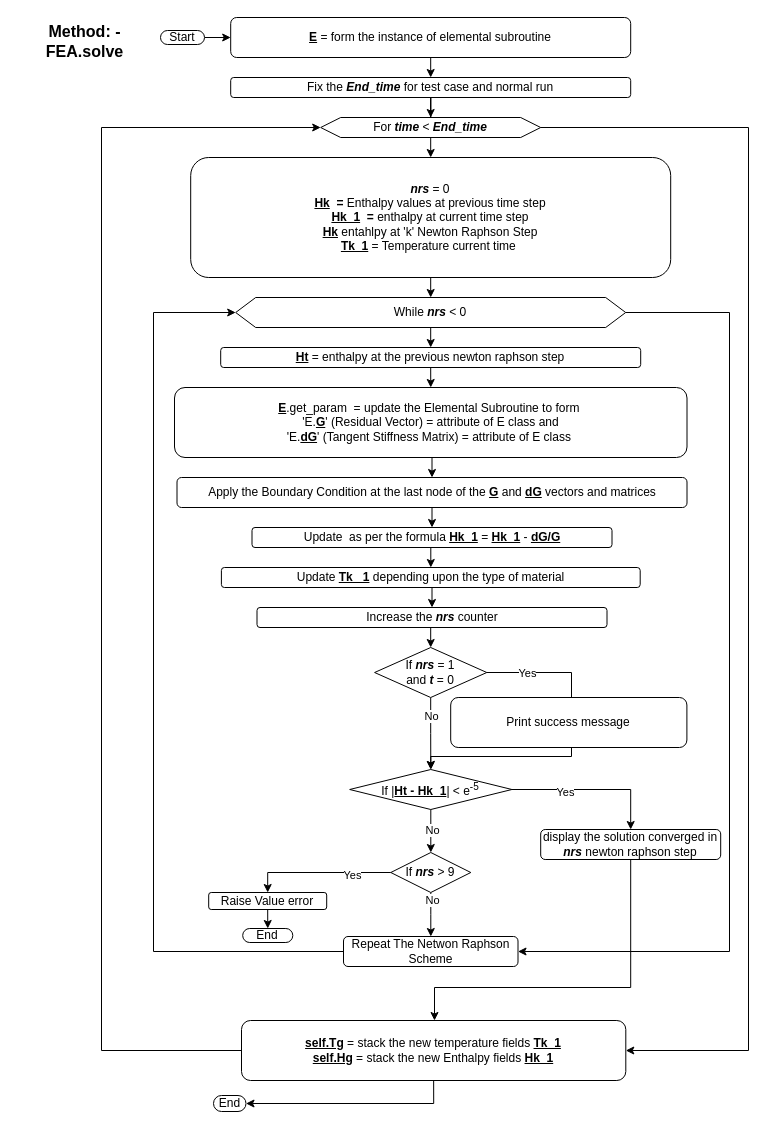
The draw.io diagram Untitled Diagram.drawio in okolekar/PPP, before the edit. Source tidied: cells renumbered, new cells numbered last; positions are measured from the earlier drawing's top-left corner, leaving out a move shared by most shapes. Both pictures are drawn from the tidied source at 100%, with x=0, y=0 at pixel (17, 17).
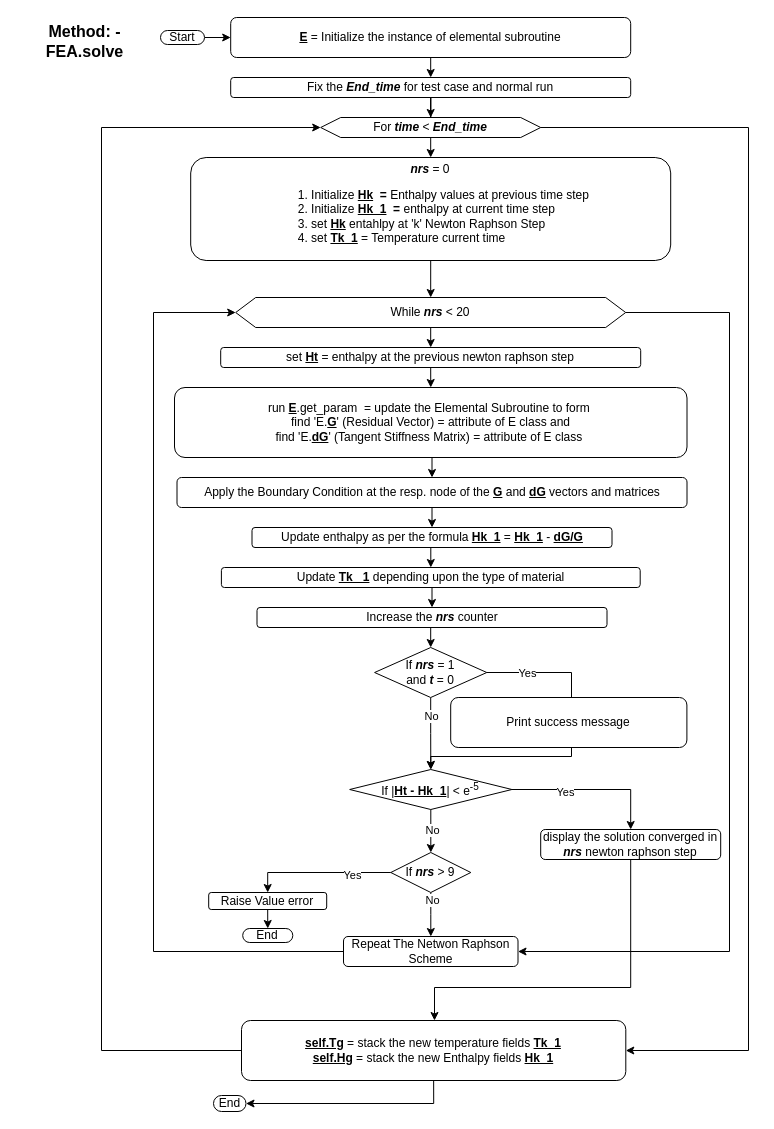
After the change.

What changed in the source:
```diff
@@
-    <mxCell id="6" value="&lt;b&gt;&lt;u&gt;E&lt;/u&gt;&lt;/b&gt; = form the instance of elemental subroutine" style="rounded=1;whiteSpace=wrap;html=1;" parent="1" vertex="1">
+    <mxCell id="6" value="&lt;b&gt;&lt;u&gt;E&lt;/u&gt;&lt;/b&gt; = Initialize the instance of elemental subroutine" style="rounded=1;whiteSpace=wrap;html=1;" parent="1" vertex="1">
       <mxGeometry x="213.2" width="400" height="40" as="geometry" />
     </mxCell>
@@
-    <mxCell id="13" value="&lt;div style=&quot;&quot;&gt;&lt;span style=&quot;background-color: initial;&quot;&gt;&lt;b&gt;&lt;i&gt;nrs&lt;/i&gt;&lt;/b&gt; = 0&lt;/span&gt;&lt;br&gt;&lt;span style=&quot;background-color: initial;&quot;&gt;&lt;b&gt;&lt;u&gt;Hk&lt;/u&gt;&amp;nbsp; =&amp;nbsp;&lt;/b&gt;Enthalpy values at previous time step&lt;/span&gt;&lt;br&gt;&lt;span style=&quot;background-color: initial;&quot;&gt;&lt;b style=&quot;&quot;&gt;&lt;u&gt;Hk_1&lt;/u&gt;&amp;nbsp; =&amp;nbsp;&lt;/b&gt;enthalpy at current time step&lt;/span&gt;&lt;/div&gt;&lt;div style=&quot;&quot;&gt;&lt;span style=&quot;background-color: initial;&quot;&gt;&lt;b&gt;&lt;u&gt;Hk&lt;/u&gt;&lt;/b&gt;&amp;nbsp;entahlpy at 'k' Newton Raphson Step&lt;/span&gt;&lt;br&gt;&lt;span style=&quot;background-color: initial;&quot;&gt;&lt;u&gt;&lt;b&gt;Tk_1&lt;/b&gt;&lt;/u&gt; = Temperature current time&amp;nbsp;&lt;/span&gt;&lt;br&gt;&lt;/div&gt;" style="rounded=1;whiteSpace=wrap;html=1;align=center;" parent="1" vertex="1">
-      <mxGeometry x="173.2" y="140" width="480" height="120" as="geometry" />
+    <mxCell id="13" value="&lt;div style=&quot;&quot;&gt;&lt;span style=&quot;background-color: initial;&quot;&gt;&lt;b&gt;&lt;i&gt;nrs&lt;/i&gt;&lt;/b&gt; = 0&lt;/span&gt;&lt;br&gt;&lt;ol&gt;&lt;li style=&quot;text-align: left;&quot;&gt;&lt;span style=&quot;background-color: initial;&quot;&gt;Initialize&amp;nbsp;&lt;u style=&quot;font-weight: bold;&quot;&gt;Hk&lt;/u&gt;&lt;b&gt;&amp;nbsp; =&amp;nbsp;&lt;/b&gt;Enthalpy values at previous time step&lt;/span&gt;&lt;/li&gt;&lt;li style=&quot;text-align: left;&quot;&gt;Initialize&amp;nbsp;&lt;b style=&quot;background-color: initial; text-decoration-line: underline;&quot;&gt;Hk_1&lt;/b&gt;&lt;b style=&quot;background-color: initial;&quot;&gt;&amp;nbsp; =&amp;nbsp;&lt;/b&gt;&lt;span style=&quot;background-color: initial;&quot;&gt;enthalpy at current time step&lt;/span&gt;&lt;/li&gt;&lt;li style=&quot;text-align: left;&quot;&gt;set &lt;u style=&quot;background-color: initial; font-weight: bold;&quot;&gt;Hk&lt;/u&gt;&lt;span style=&quot;background-color: initial;&quot;&gt;&amp;nbsp;entahlpy at 'k' Newton Raphson Step&lt;/span&gt;&lt;/li&gt;&lt;li style=&quot;text-align: left;&quot;&gt;set &lt;b style=&quot;text-decoration-line: underline;&quot;&gt;Tk_1&lt;/b&gt;&lt;span style=&quot;background-color: initial;&quot;&gt; = Temperature current time&amp;nbsp;&lt;/span&gt;&lt;/li&gt;&lt;/ol&gt;&lt;/div&gt;" style="rounded=1;whiteSpace=wrap;html=1;align=center;" parent="1" vertex="1">
+      <mxGeometry x="173.2" y="140" width="480" height="103" as="geometry" />
     </mxCell>
@@
-    <mxCell id="16" value="While &lt;b&gt;&lt;i&gt;nrs&lt;/i&gt;&lt;/b&gt; &amp;lt; 0" style="shape=hexagon;perimeter=hexagonPerimeter2;whiteSpace=wrap;html=1;fixedSize=1;" parent="1" vertex="1">
+    <mxCell id="16" value="While &lt;b&gt;&lt;i&gt;nrs&lt;/i&gt;&lt;/b&gt; &amp;lt; 20" style="shape=hexagon;perimeter=hexagonPerimeter2;whiteSpace=wrap;html=1;fixedSize=1;" parent="1" vertex="1">
       <mxGeometry x="218.2" y="280" width="390" height="30" as="geometry" />
     </mxCell>
@@
-    <mxCell id="18" value="&lt;b&gt;&lt;u&gt;Ht&lt;/u&gt;&lt;/b&gt; = enthalpy at the previous newton raphson step" style="rounded=1;whiteSpace=wrap;html=1;" parent="1" vertex="1">
+    <mxCell id="18" value="set &lt;b style=&quot;text-decoration-line: underline;&quot;&gt;Ht&lt;/b&gt; = enthalpy at the previous newton raphson step" style="rounded=1;whiteSpace=wrap;html=1;" parent="1" vertex="1">
       <mxGeometry x="203.2" y="330" width="420" height="20" as="geometry" />
     </mxCell>
@@
-    <mxCell id="20" value="&lt;b&gt;&lt;u&gt;E&lt;/u&gt;&lt;/b&gt;.get_param&amp;nbsp; = update the Elemental Subroutine to form&amp;nbsp;&lt;br&gt;'E.&lt;b style=&quot;border-color: var(--border-color);&quot;&gt;&lt;u style=&quot;border-color: var(--border-color);&quot;&gt;G&lt;/u&gt;&lt;/b&gt;' (Residual Vector) = attribute of E class and&lt;br&gt;'E.&lt;b style=&quot;border-color: var(--border-color);&quot;&gt;&lt;u style=&quot;border-color: var(--border-color);&quot;&gt;dG&lt;/u&gt;&lt;/b&gt;' (Tangent Stiffness Matrix) = attribute of E class&amp;nbsp;" style="rounded=1;whiteSpace=wrap;html=1;" parent="1" vertex="1">
+    <mxCell id="20" value="run &lt;b style=&quot;text-decoration-line: underline;&quot;&gt;E&lt;/b&gt;.get_param&amp;nbsp; = update the Elemental Subroutine to form&amp;nbsp;&lt;br&gt;find 'E.&lt;b style=&quot;border-color: var(--border-color);&quot;&gt;&lt;u style=&quot;border-color: var(--border-color);&quot;&gt;G&lt;/u&gt;&lt;/b&gt;' (Residual Vector) = attribute of E class and&lt;br&gt;find 'E.&lt;b style=&quot;border-color: var(--border-color);&quot;&gt;&lt;u style=&quot;border-color: var(--border-color);&quot;&gt;dG&lt;/u&gt;&lt;/b&gt;' (Tangent Stiffness Matrix) = attribute of E class&amp;nbsp;" style="rounded=1;whiteSpace=wrap;html=1;" parent="1" vertex="1">
       <mxGeometry x="157" y="370" width="512.5" height="70" as="geometry" />
     </mxCell>
@@
-    <mxCell id="22" value="Apply the Boundary Condition at the last node of the &lt;b&gt;&lt;u&gt;G&lt;/u&gt;&lt;/b&gt; and &lt;u&gt;&lt;b&gt;dG&lt;/b&gt;&lt;/u&gt; vectors and matrices" style="rounded=1;whiteSpace=wrap;html=1;" parent="1" vertex="1">
+    <mxCell id="22" value="Apply the Boundary Condition at the resp. node of the &lt;b&gt;&lt;u&gt;G&lt;/u&gt;&lt;/b&gt; and &lt;u&gt;&lt;b&gt;dG&lt;/b&gt;&lt;/u&gt; vectors and matrices" style="rounded=1;whiteSpace=wrap;html=1;" parent="1" vertex="1">
       <mxGeometry x="159.5" y="460" width="510" height="30" as="geometry" />
     </mxCell>
@@
-    <mxCell id="24" value="Update&amp;nbsp; as per the formula &lt;b&gt;&lt;u&gt;Hk_1&lt;/u&gt;&lt;/b&gt; = &lt;b&gt;&lt;u&gt;Hk_1&lt;/u&gt;&lt;/b&gt; - &lt;b&gt;&lt;u&gt;dG/G&lt;/u&gt;&lt;/b&gt;" style="rounded=1;whiteSpace=wrap;html=1;" parent="1" vertex="1">
+    <mxCell id="24" value="Update enthalpy as per the formula &lt;b&gt;&lt;u&gt;Hk_1&lt;/u&gt;&lt;/b&gt; = &lt;b&gt;&lt;u&gt;Hk_1&lt;/u&gt;&lt;/b&gt; - &lt;b&gt;&lt;u&gt;dG/G&lt;/u&gt;&lt;/b&gt;" style="rounded=1;whiteSpace=wrap;html=1;" parent="1" vertex="1">
       <mxGeometry x="234.5" y="510" width="360" height="20" as="geometry" />
     </mxCell>
```
